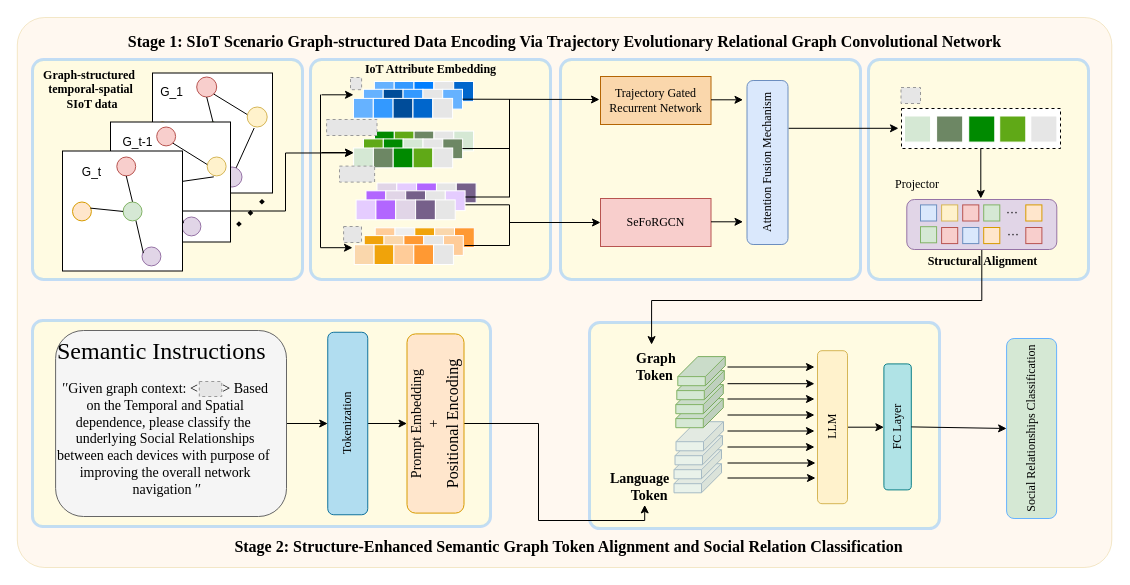
Above: 未命名绘图.drawio in hzb29/hzb29 (draw.io), before the change. Source tidied: cells renumbered, new cells numbered last; positions are measured from the earlier drawing's top-left corner, leaving out a move shared by most shapes. Both pictures are drawn from the tidied source at 100%, with x=0, y=0 at pixel (17, 17). Pictures stored in the file or linked from it are replaced by grey dashed boxes.
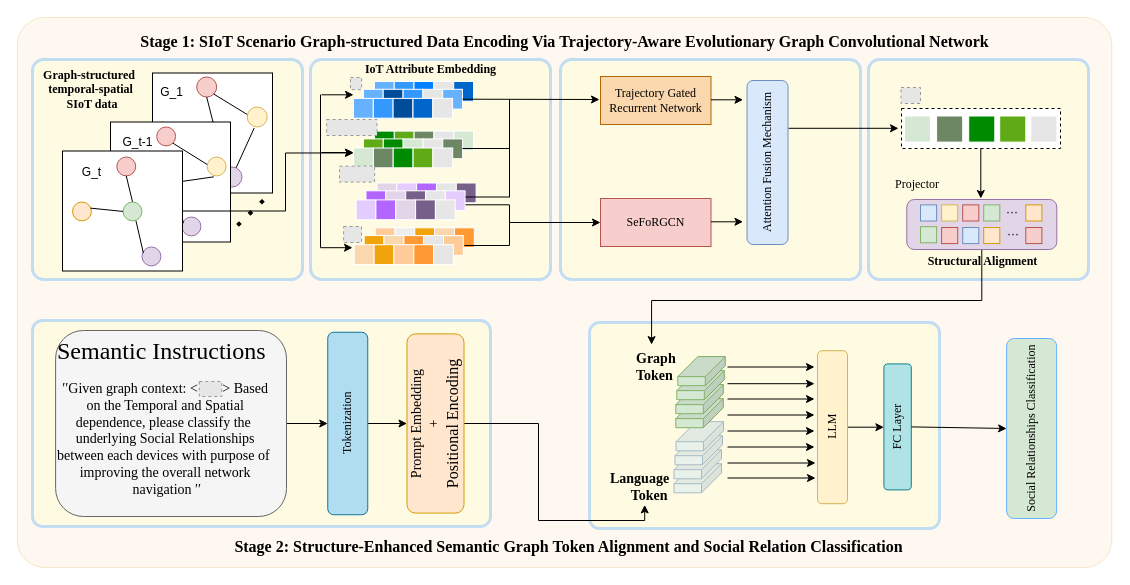
The same diagram, later.

Commit message:
更新未命名绘图.drawio

Diff of the diagram source:
```diff
@@
-    <mxCell id="120" value="&lt;b&gt;&lt;font style=&quot;font-size: 16px;&quot; face=&quot;Times New Roman&quot;&gt;Stage 1: SIoT Scenario Graph-structured Data Encoding Via&amp;nbsp;&lt;/font&gt;&lt;/b&gt;&lt;font face=&quot;Times New Roman&quot;&gt;&lt;span style=&quot;font-size: 16px;&quot;&gt;&lt;b&gt;Trajectory Evolutionary Relational Graph Convolutional Network&lt;/b&gt;&lt;/span&gt;&lt;/font&gt;" style="text;html=1;align=center;verticalAlign=middle;strokeColor=none;fillColor=none;" parent="1" vertex="1">
-      <mxGeometry x="97" y="9" width="900" height="30" as="geometry" />
+    <mxCell id="120" value="&lt;b&gt;&lt;font style=&quot;font-size: 16px;&quot; face=&quot;Times New Roman&quot;&gt;Stage 1: SIoT Scenario Graph-structured Data Encoding Via&amp;nbsp;&lt;/font&gt;&lt;/b&gt;&lt;font face=&quot;Times New Roman&quot;&gt;&lt;span style=&quot;font-size: 16px;&quot;&gt;&lt;b&gt;Trajectory-Aware Evolutionary Graph Convolutional Network&lt;/b&gt;&lt;/span&gt;&lt;/font&gt;" style="text;html=1;align=center;verticalAlign=middle;strokeColor=none;fillColor=none;" parent="1" vertex="1">
+      <mxGeometry x="112" y="9" width="870" height="30" as="geometry" />
     </mxCell>
```
